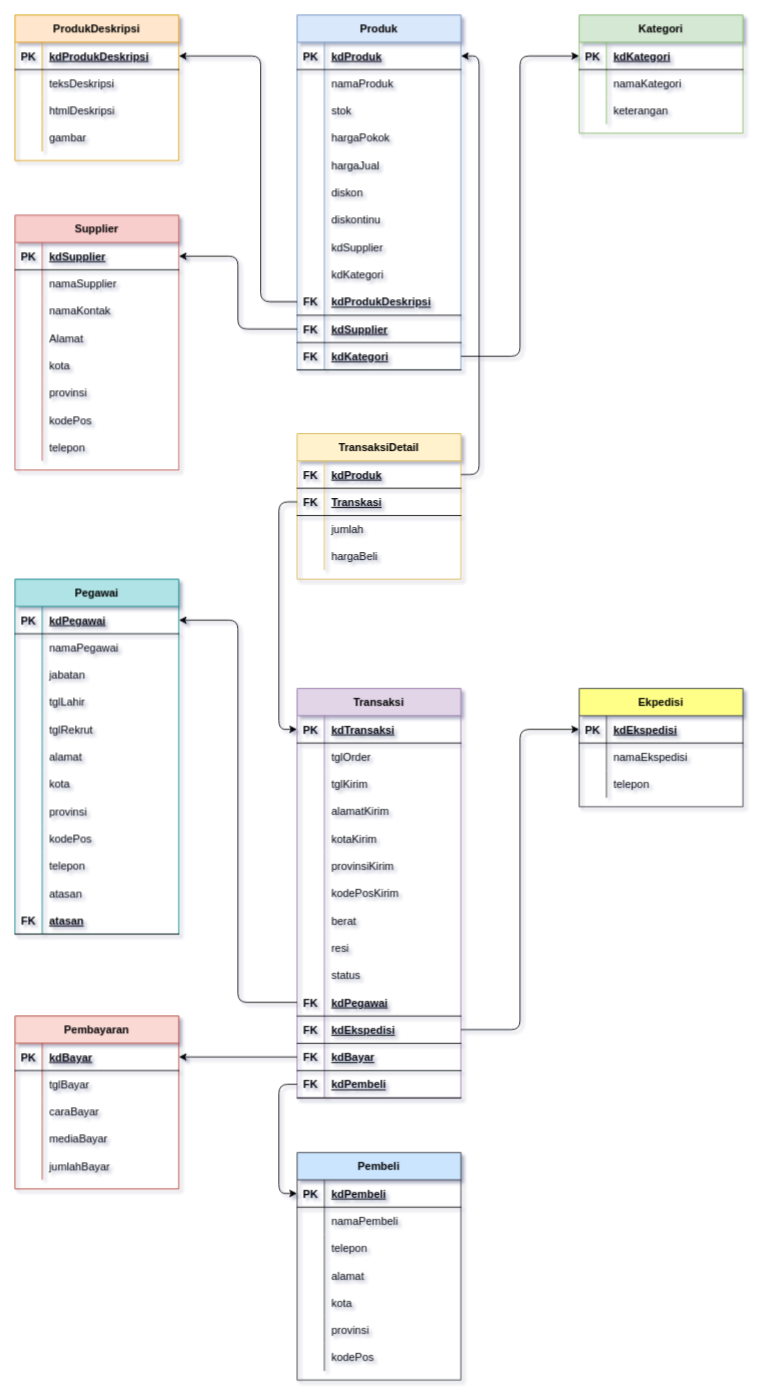
RicoFerdian05/probasdat keeps this draw.io diagram as probasdat (Table ERD).drawio. Above is the earlier version. Source tidied: cells renumbered, new cells numbered last; positions are measured from the earlier drawing's top-left corner, leaving out a move shared by most shapes. Both pictures are drawn from the tidied source at 91%, with x=0, y=0 at pixel (15, 15).
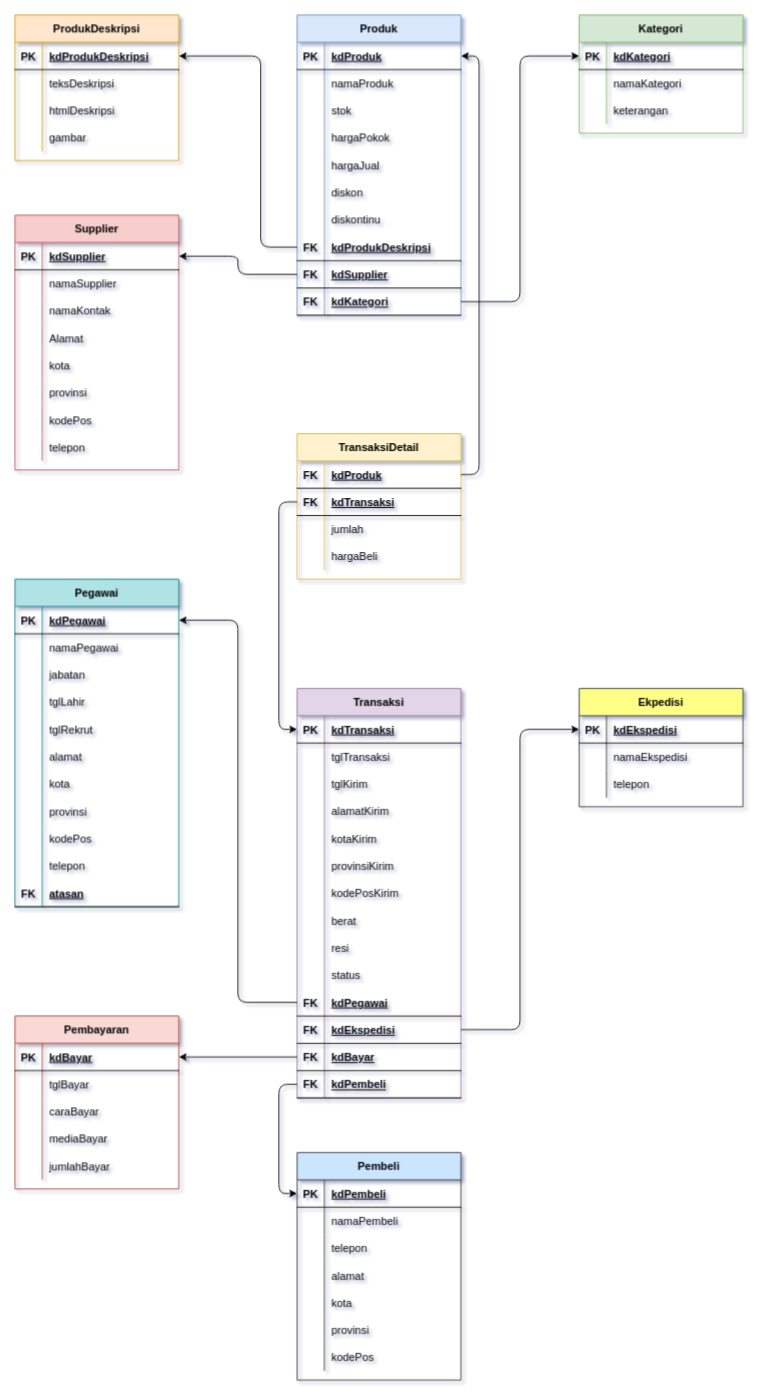
The same diagram, later.

Commit message (it also covers changes not shown here):
DDL Create Table

The change refers to these unchanged cells:
```xml
<mxCell id="50" style="shape=tableRow;horizontal=0;startSize=0;swimlaneHead=0;swimlaneBody=0;fillColor=none;points=[[0,0.5],[1,0.5]];portConstraint=eastwest;top=0;left=0;right=0;bottom=1;" parent="49" vertex="1">
  <mxGeometry y="30" width="180" height="30" as="geometry" />
</mxCell>
<mxCell id="91" style="shape=tableRow;horizontal=0;startSize=0;swimlaneHead=0;swimlaneBody=0;fillColor=none;points=[[0,0.5],[1,0.5]];portConstraint=eastwest;top=0;left=0;right=0;bottom=1;" parent="87" vertex="1">
  <mxGeometry y="60" width="180" height="30" as="geometry" />
</mxCell>
<mxCell id="104" style="shape=tableRow;horizontal=0;startSize=0;swimlaneHead=0;swimlaneBody=0;fillColor=none;top=0;left=0;right=0;bottom=0;" parent="100" vertex="1">
  <mxGeometry y="60" width="180" height="30" as="geometry" />
</mxCell>
```

The edit, as a diff of the source:
```diff
@@
     <mxCell id="2" value="Produk" style="shape=table;startSize=30;childLayout=tableLayout;rowLines=0;fontStyle=1;align=center;fillColor=#dae8fc;strokeColor=#6c8ebf;" parent="1" vertex="1">
-      <mxGeometry x="310" width="180" height="390" as="geometry" />
+      <mxGeometry x="310" width="180" height="330" as="geometry" />
     </mxCell>
@@
-    <mxCell id="24" style="shape=tableRow;horizontal=0;startSize=0;swimlaneHead=0;swimlaneBody=0;fillColor=none;top=0;left=0;right=0;bottom=0;" parent="2" vertex="1">
-      <mxGeometry y="240" width="180" height="30" as="geometry" />
-    </mxCell>
-    <mxCell id="25" style="shape=partialRectangle;fillColor=none;top=0;left=0;bottom=0;right=0;overflow=hidden;" parent="24" vertex="1">
-      <mxGeometry width="30" height="30" as="geometry" />
-    </mxCell>
-    <mxCell id="26" value="kdSupplier" style="shape=partialRectangle;fillColor=none;top=0;left=0;bottom=0;right=0;align=left;spacingLeft=6;overflow=hidden;" parent="24" vertex="1">
-      <mxGeometry x="30" width="150" height="30" as="geometry" />
-    </mxCell>
-    <mxCell id="27" style="shape=tableRow;horizontal=0;startSize=0;swimlaneHead=0;swimlaneBody=0;fillColor=none;top=0;left=0;right=0;bottom=0;" parent="2" vertex="1">
-      <mxGeometry y="270" width="180" height="30" as="geometry" />
-    </mxCell>
-    <mxCell id="28" style="shape=partialRectangle;fillColor=none;top=0;left=0;bottom=0;right=0;overflow=hidden;" parent="27" vertex="1">
-      <mxGeometry width="30" height="30" as="geometry" />
-    </mxCell>
-    <mxCell id="29" value="kdKategori" style="shape=partialRectangle;fillColor=none;top=0;left=0;bottom=0;right=0;align=left;spacingLeft=6;overflow=hidden;" parent="27" vertex="1">
-      <mxGeometry x="30" width="150" height="30" as="geometry" />
-    </mxCell>
     <mxCell id="30" style="shape=tableRow;horizontal=0;startSize=0;swimlaneHead=0;swimlaneBody=0;fillColor=none;points=[[0,0.5],[1,0.5]];portConstraint=eastwest;top=0;left=0;right=0;bottom=1;" parent="2" vertex="1">
-      <mxGeometry y="300" width="180" height="30" as="geometry" />
+      <mxGeometry y="240" width="180" height="30" as="geometry" />
     </mxCell>
@@
     <mxCell id="33" style="shape=tableRow;horizontal=0;startSize=0;swimlaneHead=0;swimlaneBody=0;fillColor=none;points=[[0,0.5],[1,0.5]];portConstraint=eastwest;top=0;left=0;right=0;bottom=1;" parent="2" vertex="1">
-      <mxGeometry y="330" width="180" height="30" as="geometry" />
+      <mxGeometry y="270" width="180" height="30" as="geometry" />
     </mxCell>
@@
     <mxCell id="36" style="shape=tableRow;horizontal=0;startSize=0;swimlaneHead=0;swimlaneBody=0;fillColor=none;points=[[0,0.5],[1,0.5]];portConstraint=eastwest;top=0;left=0;right=0;bottom=1;" parent="2" vertex="1">
-      <mxGeometry y="360" width="180" height="30" as="geometry" />
+      <mxGeometry y="300" width="180" height="30" as="geometry" />
     </mxCell>
@@
-    <mxCell id="93" value="Transkasi" style="shape=partialRectangle;fillColor=none;top=0;left=0;bottom=0;right=0;align=left;spacingLeft=6;fontStyle=5;overflow=hidden;" parent="91" vertex="1">
+    <mxCell id="93" value="kdTransaksi" style="shape=partialRectangle;fillColor=none;top=0;left=0;bottom=0;right=0;align=left;spacingLeft=6;fontStyle=5;overflow=hidden;" parent="91" vertex="1">
       <mxGeometry x="30" width="150" height="30" as="geometry" />
     </mxCell>
@@
-    <mxCell id="106" value="tglOrder" style="shape=partialRectangle;fillColor=none;top=0;left=0;bottom=0;right=0;align=left;spacingLeft=6;overflow=hidden;" parent="104" vertex="1">
+    <mxCell id="106" value="tglTransaksi" style="shape=partialRectangle;fillColor=none;top=0;left=0;bottom=0;right=0;align=left;spacingLeft=6;overflow=hidden;" parent="104" vertex="1">
       <mxGeometry x="30" width="150" height="30" as="geometry" />
     </mxCell>
@@
     <mxCell id="175" value="Pegawai" style="shape=table;startSize=30;childLayout=tableLayout;rowLines=0;fontStyle=1;align=center;fillColor=#b0e3e6;strokeColor=#0e8088;" parent="1" vertex="1">
-      <mxGeometry y="620" width="180" height="390" as="geometry" />
+      <mxGeometry y="620" width="180" height="360" as="geometry" />
     </mxCell>
@@
-    <mxCell id="206" style="shape=tableRow;horizontal=0;startSize=0;swimlaneHead=0;swimlaneBody=0;fillColor=none;top=0;left=0;right=0;bottom=0;" parent="175" vertex="1">
-      <mxGeometry y="330" width="180" height="30" as="geometry" />
-    </mxCell>
-    <mxCell id="207" style="shape=partialRectangle;fillColor=none;top=0;left=0;bottom=0;right=0;overflow=hidden;" parent="206" vertex="1">
-      <mxGeometry width="30" height="30" as="geometry" />
-    </mxCell>
-    <mxCell id="208" value="atasan" style="shape=partialRectangle;fillColor=none;top=0;left=0;bottom=0;right=0;align=left;spacingLeft=6;overflow=hidden;" parent="206" vertex="1">
-      <mxGeometry x="30" width="150" height="30" as="geometry" />
-    </mxCell>
     <mxCell id="209" style="shape=tableRow;horizontal=0;startSize=0;swimlaneHead=0;swimlaneBody=0;fillColor=none;top=0;left=0;right=0;bottom=1;" parent="175" vertex="1">
-      <mxGeometry y="360" width="180" height="30" as="geometry" />
+      <mxGeometry y="330" width="180" height="30" as="geometry" />
     </mxCell>
@@
     <mxCell id="228" style="edgeStyle=none;rounded=1;jumpStyle=none;jettySize=auto;html=1;exitX=0;exitY=0.5;exitDx=0;exitDy=0;entryX=1;entryY=0.5;entryDx=0;entryDy=0;strokeColor=default;" parent="1" edge="1" source="30" target="50">
       <mxGeometry relative="1" as="geometry">
         <Array as="points">
-          <mxPoint x="270" y="315" />
+          <mxPoint x="270" y="255" />
           <mxPoint x="270" y="45" />
         </Array>
       </mxGeometry>
     </mxCell>
```
